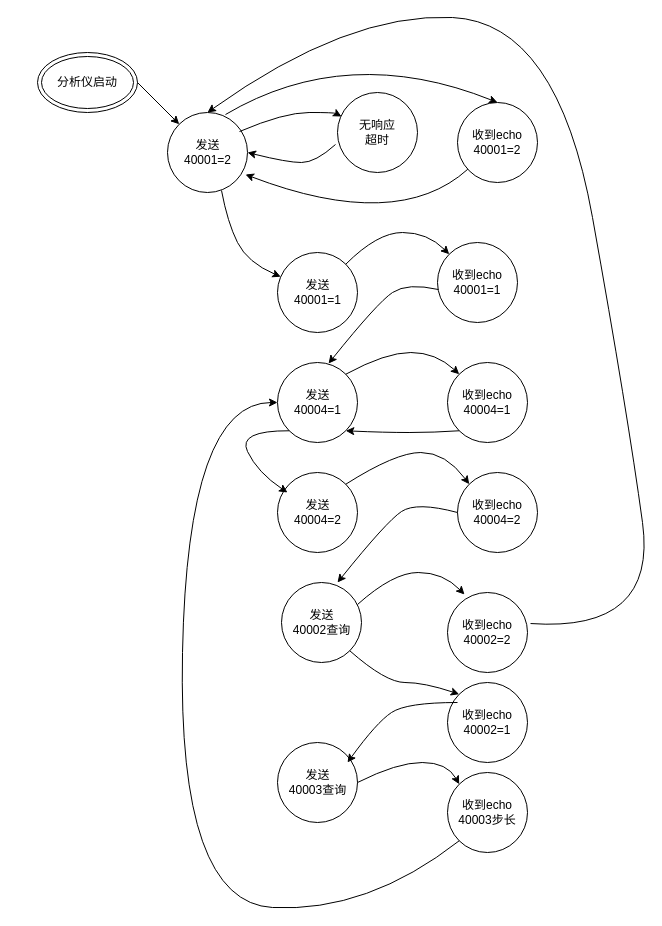
The draw.io diagram stage-machine.drawio in roocoding/my_todo, before the edit. Source tidied: cells renumbered, new cells numbered last; positions are measured from the earlier drawing's top-left corner, leaving out a move shared by most shapes. Both pictures are drawn from the tidied source at 100%, with x=0, y=0 at pixel (37, 12).
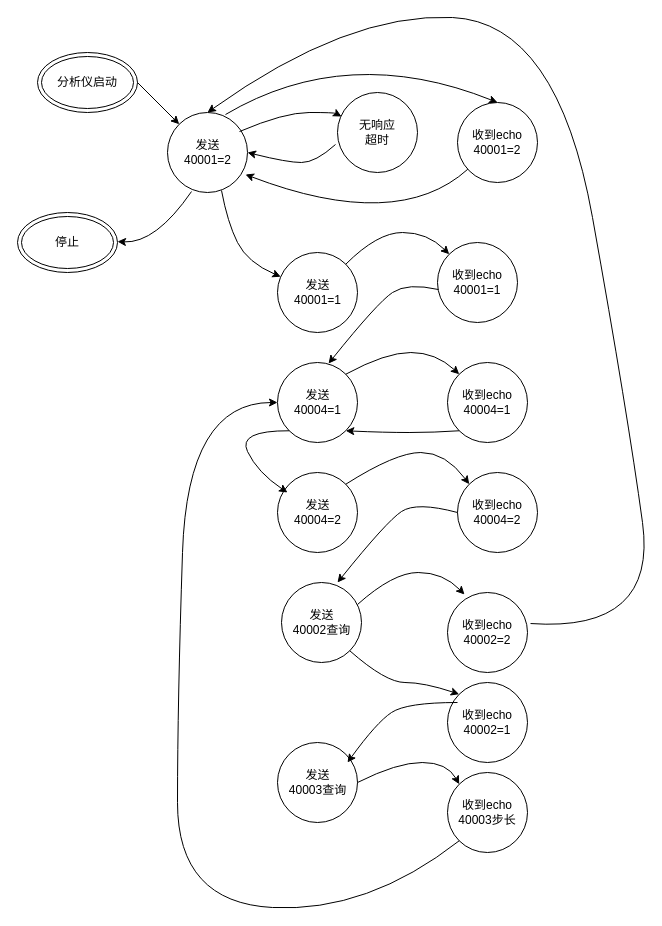
The same diagram, later.

The change refers to these unchanged cells:
```xml
<mxCell id="3" value="发送&lt;br&gt;40001=2" style="shape=ellipse;html=1;dashed=0;whitespace=wrap;perimeter=ellipsePerimeter;" parent="1" vertex="1">
  <mxGeometry x="130" y="100" width="80" height="80" as="geometry" />
</mxCell>
<mxCell id="12" value="发送&lt;br&gt;40004=1" style="shape=ellipse;html=1;dashed=0;whitespace=wrap;perimeter=ellipsePerimeter;" parent="1" vertex="1">
  <mxGeometry x="240" y="350" width="80" height="80" as="geometry" />
</mxCell>
<mxCell id="33" value="收到echo&lt;br&gt;40003步长" style="ellipse;whiteSpace=wrap;html=1;" parent="1" vertex="1">
  <mxGeometry x="410" y="760" width="80" height="80" as="geometry" />
</mxCell>
```

Change to the diagram source:
```diff
@@
     <mxCell id="35" style="curved=1;endArrow=classic;html=1;rounded=0;shadow=0;entryX=0;entryY=0.5;entryDx=0;entryDy=0;exitX=0;exitY=1;exitDx=0;exitDy=0;" parent="1" edge="1" source="33" target="12">
       <mxGeometry relative="1" as="geometry">
         <Array as="points">
           <mxPoint x="330" y="900" />
           <mxPoint x="140" y="890" />
+          <mxPoint x="140" y="690" />
           <mxPoint x="150" y="390" />
         </Array>
       </mxGeometry>
     </mxCell>
+    <mxCell id="36" value="停止" style="ellipse;shape=doubleEllipse;whiteSpace=wrap;html=1;" parent="1" vertex="1">
+      <mxGeometry x="-20" y="200" width="100" height="60" as="geometry" />
+    </mxCell>
+    <mxCell id="37" style="curved=1;endArrow=none;html=1;rounded=0;exitX=1;exitY=1;exitDx=0;exitDy=0;entryX=0.3;entryY=0.988;entryDx=0;entryDy=0;startArrow=classic;startFill=1;endFill=0;entryPerimeter=0;" parent="1" edge="1" target="3">
+      <mxGeometry relative="1" as="geometry">
+        <mxPoint x="80" y="229.1" as="sourcePoint" />
+        <Array as="points">
+          <mxPoint x="118.3" y="230.9" />
+        </Array>
+      </mxGeometry>
+    </mxCell>
```
